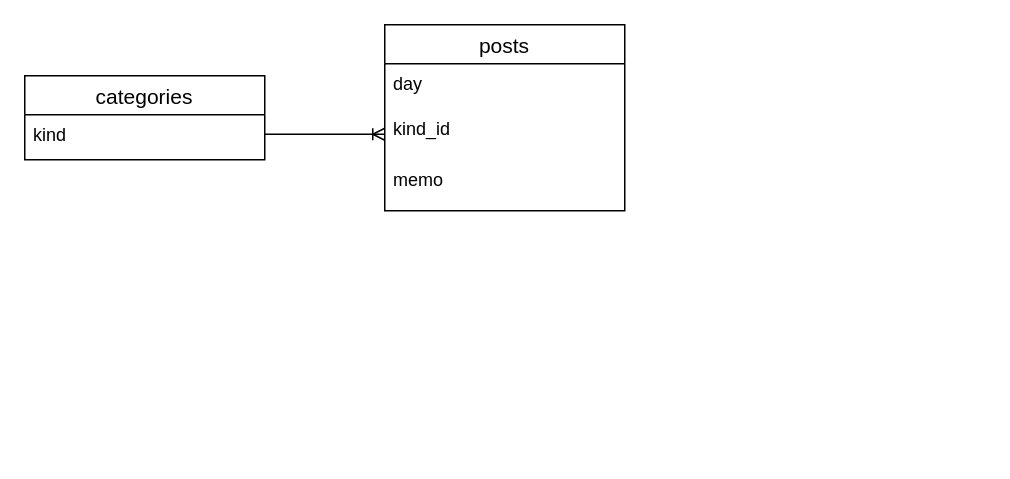
This is ER.dio from chiharu05/sleep_diary, a draw.io file, before an edit. Source tidied: cells renumbered, new cells numbered last; positions are measured from the earlier drawing's top-left corner, leaving out a move shared by most shapes. Both pictures are drawn from the tidied source at 150%, with x=0, y=0 at pixel (24, 24).
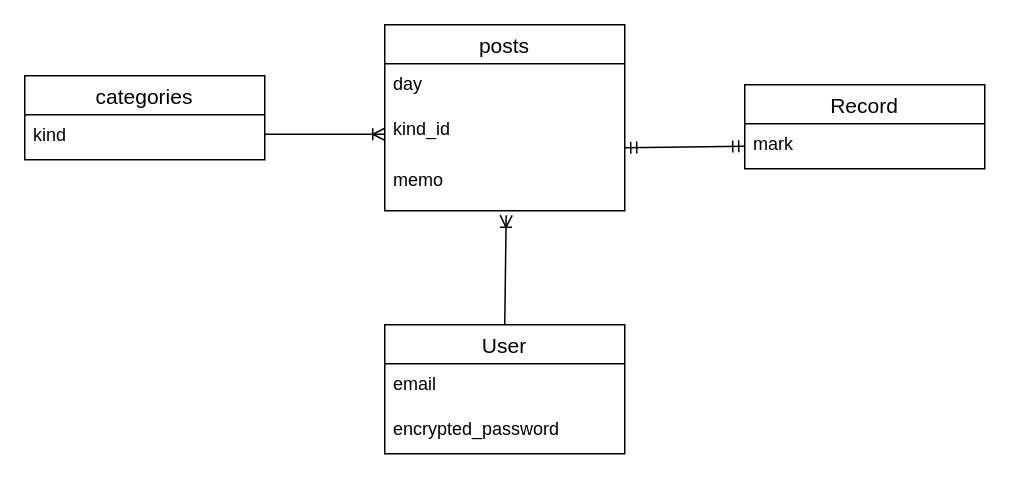
Above is the later version.

Change to the diagram source:
```diff
@@
 <mxGraphModel>
   <root>
     <mxCell id="0" />
     <mxCell id="1" parent="0" />
     <mxCell id="2" value="categories" style="swimlane;fontStyle=0;horizontal=1;startSize=26;align=center;fontSize=14;" parent="1" vertex="1">
       <mxGeometry y="34" width="160" height="56" as="geometry" />
     </mxCell>
     <mxCell id="3" value="kind" style="text;strokeColor=none;fillColor=none;spacingLeft=4;spacingRight=4;overflow=hidden;fontSize=12;" parent="2" vertex="1">
       <mxGeometry y="26" width="160" height="30" as="geometry" />
     </mxCell>
     <mxCell id="4" value="posts" style="swimlane;fontStyle=0;horizontal=1;startSize=26;align=center;fontSize=14;" parent="1" vertex="1">
       <mxGeometry x="240" width="160" height="124" as="geometry" />
     </mxCell>
     <mxCell id="5" value="day" style="text;strokeColor=none;fillColor=none;spacingLeft=4;spacingRight=4;overflow=hidden;fontSize=12;" parent="4" vertex="1">
       <mxGeometry y="26" width="160" height="30" as="geometry" />
     </mxCell>
     <mxCell id="6" value="kind_id" style="text;strokeColor=none;fillColor=none;spacingLeft=4;spacingRight=4;overflow=hidden;points=[[0,0.5],[1,0.5]];portConstraint=eastwest;fontSize=12;" parent="4" vertex="1">
       <mxGeometry y="56" width="160" height="34" as="geometry" />
     </mxCell>
     <mxCell id="7" value="memo" style="text;strokeColor=none;fillColor=none;spacingLeft=4;spacingRight=4;overflow=hidden;points=[[0,0.5],[1,0.5]];portConstraint=eastwest;fontSize=12;" parent="4" vertex="1">
       <mxGeometry y="90" width="160" height="34" as="geometry" />
     </mxCell>
     <mxCell id="8" style="fontSize=12;html=1;endArrow=ERoneToMany;entryX=0;entryY=0.5;entryDx=0;entryDy=0;" parent="1" edge="1" target="6">
       <mxGeometry relative="1" as="geometry">
         <mxPoint x="160" y="73" as="sourcePoint" />
       </mxGeometry>
     </mxCell>
+    <mxCell id="9" value="Record" style="swimlane;fontStyle=0;horizontal=1;startSize=26;align=center;fontSize=14;" parent="1" vertex="1">
+      <mxGeometry x="480" y="40" width="160" height="56" as="geometry" />
+    </mxCell>
+    <mxCell id="10" value="mark" style="text;strokeColor=none;fillColor=none;spacingLeft=4;spacingRight=4;overflow=hidden;points=[[0,0.5],[1,0.5]];portConstraint=eastwest;fontSize=12;" parent="9" vertex="1">
+      <mxGeometry y="26" width="160" height="30" as="geometry" />
+    </mxCell>
+    <mxCell id="11" style="fontSize=12;html=1;endArrow=ERoneToMany;exitX=0.5;exitY=0;exitDx=0;exitDy=0;entryX=0.506;entryY=1.088;entryDx=0;entryDy=0;entryPerimeter=0;" parent="1" edge="1" source="12" target="7">
+      <mxGeometry relative="1" as="geometry" />
+    </mxCell>
+    <mxCell id="12" value="User" style="swimlane;fontStyle=0;horizontal=1;startSize=26;align=center;fontSize=14;" parent="1" vertex="1">
+      <mxGeometry x="240" y="200" width="160" height="86" as="geometry" />
+    </mxCell>
+    <mxCell id="13" value="email" style="text;strokeColor=none;fillColor=none;spacingLeft=4;spacingRight=4;overflow=hidden;fontSize=12;" parent="12" vertex="1">
+      <mxGeometry y="26" width="160" height="30" as="geometry" />
+    </mxCell>
+    <mxCell id="14" value="encrypted_password" style="text;strokeColor=none;fillColor=none;spacingLeft=4;spacingRight=4;overflow=hidden;fontSize=12;" parent="12" vertex="1">
+      <mxGeometry y="56" width="160" height="30" as="geometry" />
+    </mxCell>
+    <mxCell id="15" style="fontSize=12;html=1;endArrow=ERmandOne;startArrow=ERmandOne;exitX=1;exitY=0.765;exitDx=0;exitDy=0;entryX=0;entryY=0.5;entryDx=0;entryDy=0;exitPerimeter=0;" parent="1" edge="1" source="6" target="10">
+      <mxGeometry relative="1" as="geometry" />
+    </mxCell>
   </root>
 </mxGraphModel>
```
